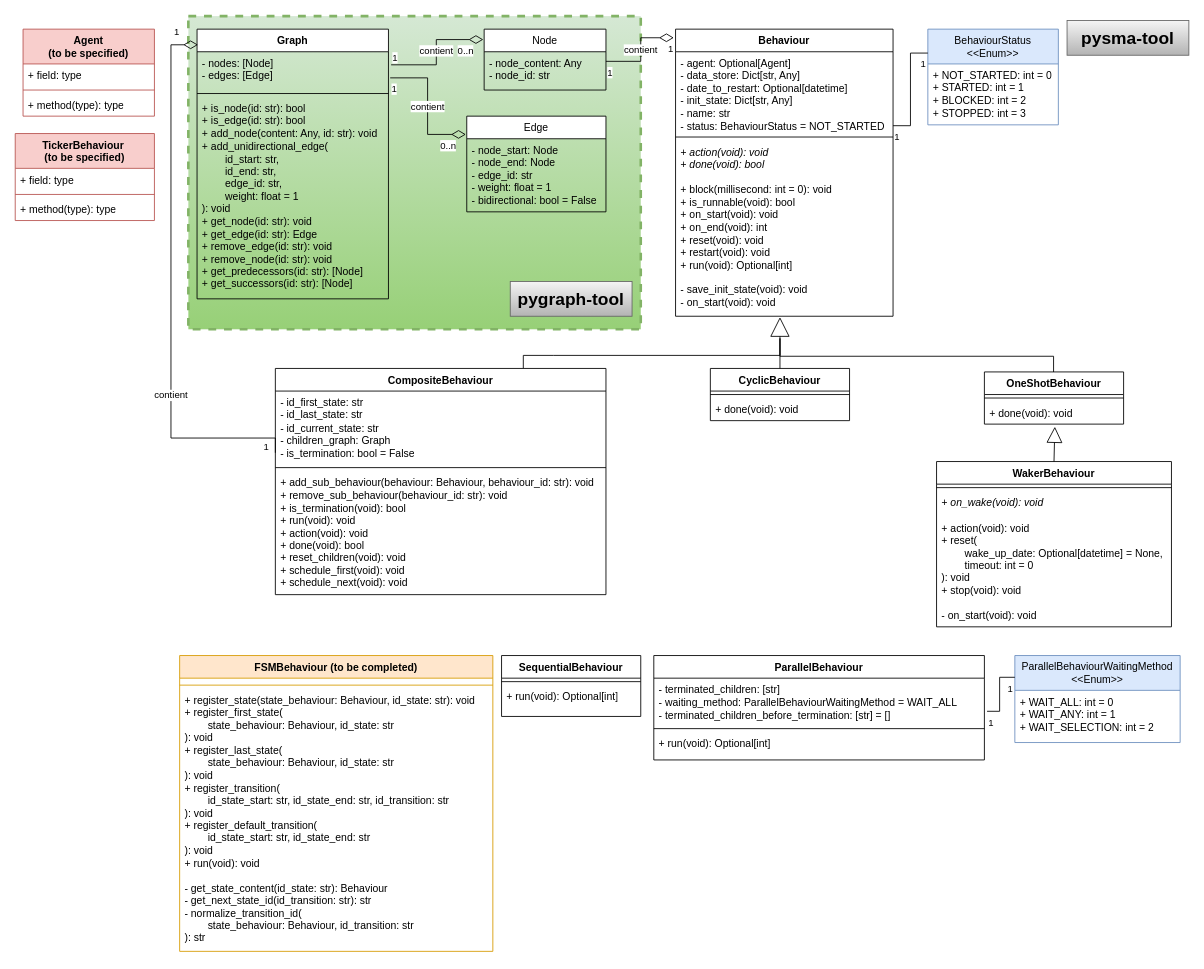
Earlier version of the draw.io diagram spec_sma.drawio (DevAI-64/pysma-tool). Source tidied: cells renumbered, new cells numbered last; positions are measured from the earlier drawing's top-left corner, leaving out a move shared by most shapes. Both pictures are drawn from the tidied source at 87%, with x=0, y=0 at pixel (15, 16).
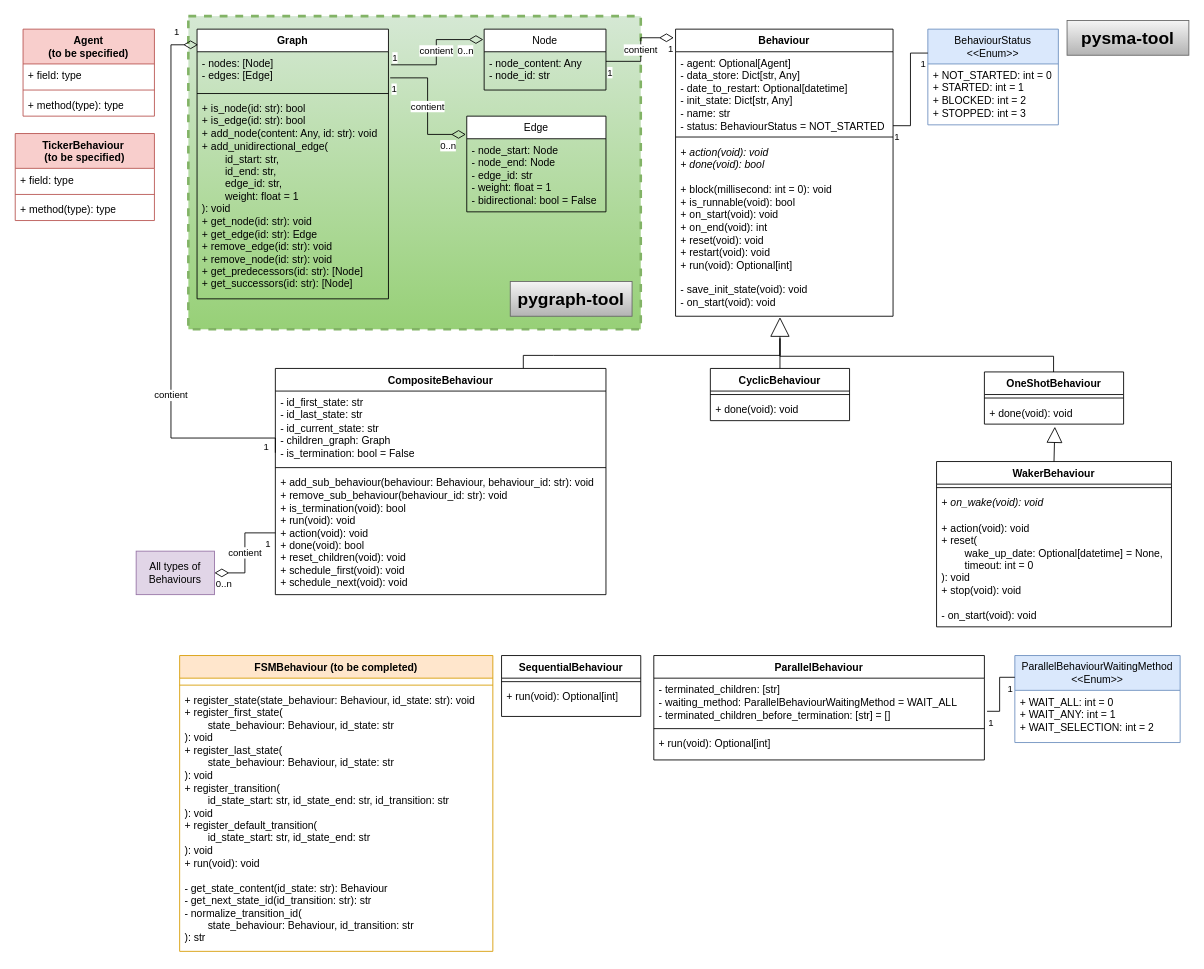
The same page after the edit.

Commit message:
Mettre à jour spec_sma.drawio

Unchanged cells that the change refers to:
```xml
<mxCell id="38" value="&lt;div&gt;&lt;div&gt;+ add_sub_behaviour(&lt;span style=&quot;background-color: initial;&quot;&gt;behaviour: Behaviour,&amp;nbsp;&lt;/span&gt;&lt;span style=&quot;background-color: initial;&quot;&gt;behaviour_id: str&lt;/span&gt;&lt;span style=&quot;background-color: initial;&quot;&gt;): void&lt;/span&gt;&lt;/div&gt;&lt;div&gt;&lt;div&gt;+ remove_sub_behaviour(behaviour_id&lt;span style=&quot;background-color: initial;&quot;&gt;: str&lt;/span&gt;&lt;span style=&quot;background-color: initial;&quot;&gt;): void&lt;/span&gt;&lt;/div&gt;&lt;/div&gt;&lt;/div&gt;&lt;div&gt;+ is_termination(void): bool&lt;br&gt;&lt;div&gt;+ run(void): void&lt;/div&gt;&lt;/div&gt;&lt;div&gt;+ action(void): void&lt;/div&gt;&lt;div&gt;+ done(void): bool&lt;/div&gt;&lt;div&gt;+ reset_children(void): void&lt;/div&gt;&lt;div&gt;+ schedule_first(void): void&lt;/div&gt;&lt;div&gt;+ schedule_next(void): void&lt;/div&gt;" style="text;strokeColor=none;fillColor=none;align=left;verticalAlign=top;spacingLeft=4;spacingRight=4;overflow=hidden;points=[[0,0.5],[1,0.5]];portConstraint=eastwest;whiteSpace=wrap;html=1;rounded=0;" parent="35" vertex="1">
  <mxGeometry y="118" width="380" height="142" as="geometry" />
</mxCell>
```

What changed in the source:
```diff
@@
+    <mxCell id="75" value="All types of Behaviours" style="html=1;whiteSpace=wrap;fillColor=#e1d5e7;strokeColor=#9673a6;" parent="1" vertex="1">
+      <mxGeometry x="139" y="615" width="90" height="50" as="geometry" />
+    </mxCell>
+    <mxCell id="76" value="contient" style="endArrow=none;html=1;endSize=12;startArrow=diamondThin;startSize=14;startFill=0;edgeStyle=orthogonalEdgeStyle;rounded=0;exitX=1;exitY=0.5;exitDx=0;exitDy=0;entryX=0;entryY=0.5;entryDx=0;entryDy=0;endFill=0;" parent="1" edge="1" source="75" target="38">
+      <mxGeometry relative="1" as="geometry" />
+    </mxCell>
+    <mxCell id="77" value="0..n" style="edgeLabel;html=1;align=left;verticalAlign=top;" parent="76" vertex="1">
+      <mxGeometry x="-1" relative="1" as="geometry" />
+    </mxCell>
+    <mxCell id="78" value="1" style="edgeLabel;html=1;align=right;verticalAlign=top;" parent="76" vertex="1">
+      <mxGeometry x="1" relative="1" as="geometry">
+        <mxPoint x="-5" as="offset" />
+      </mxGeometry>
+    </mxCell>
```
